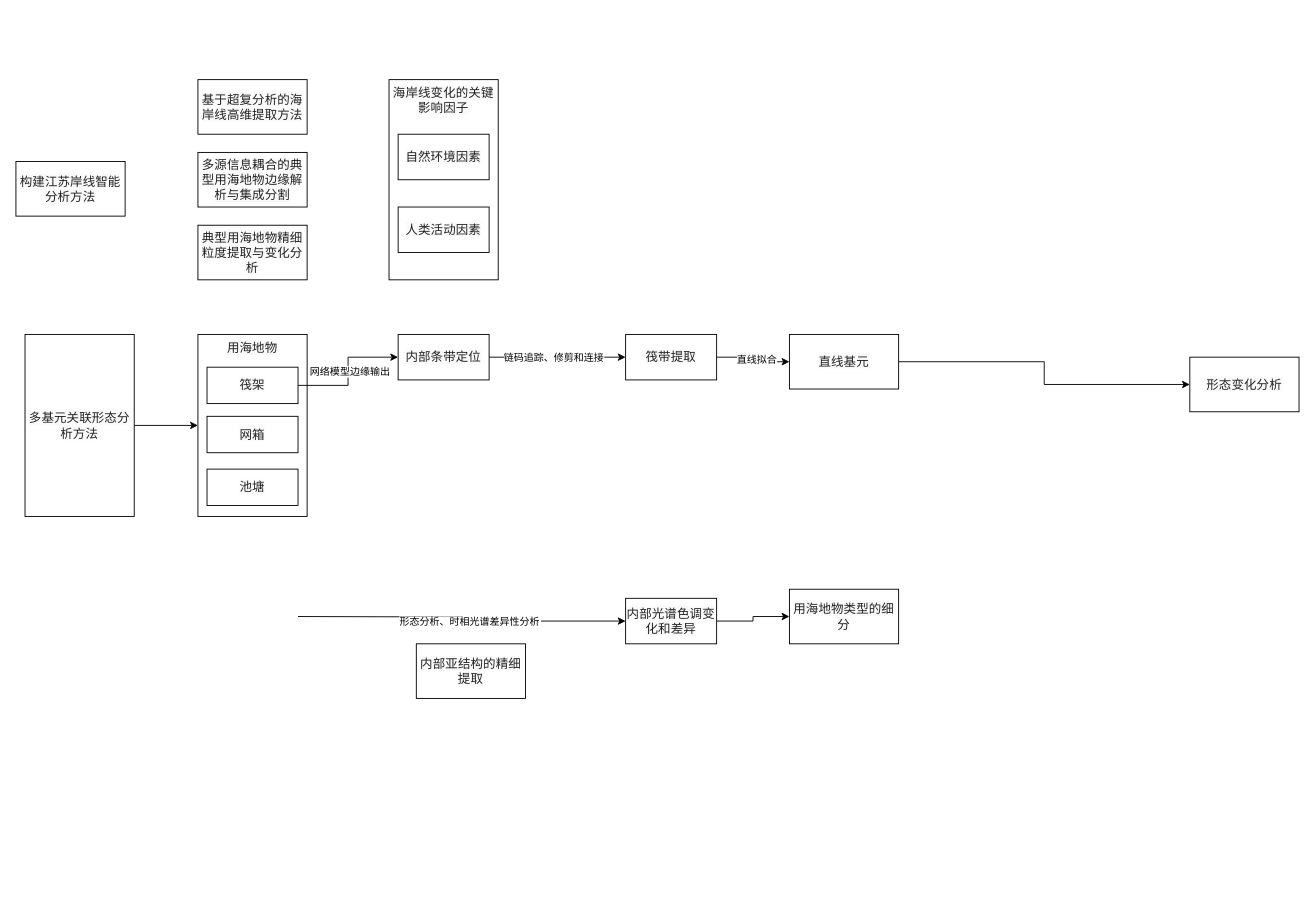
The draw.io diagram 超复分析Word.drawio in ZNIZN/mytestblog, before the edit. Source tidied: cells renumbered, new cells numbered last; positions are measured from the earlier drawing's top-left corner, leaving out a move shared by most shapes. Both pictures are drawn from the tidied source at 91%, with x=0, y=0 at pixel (15, 79).
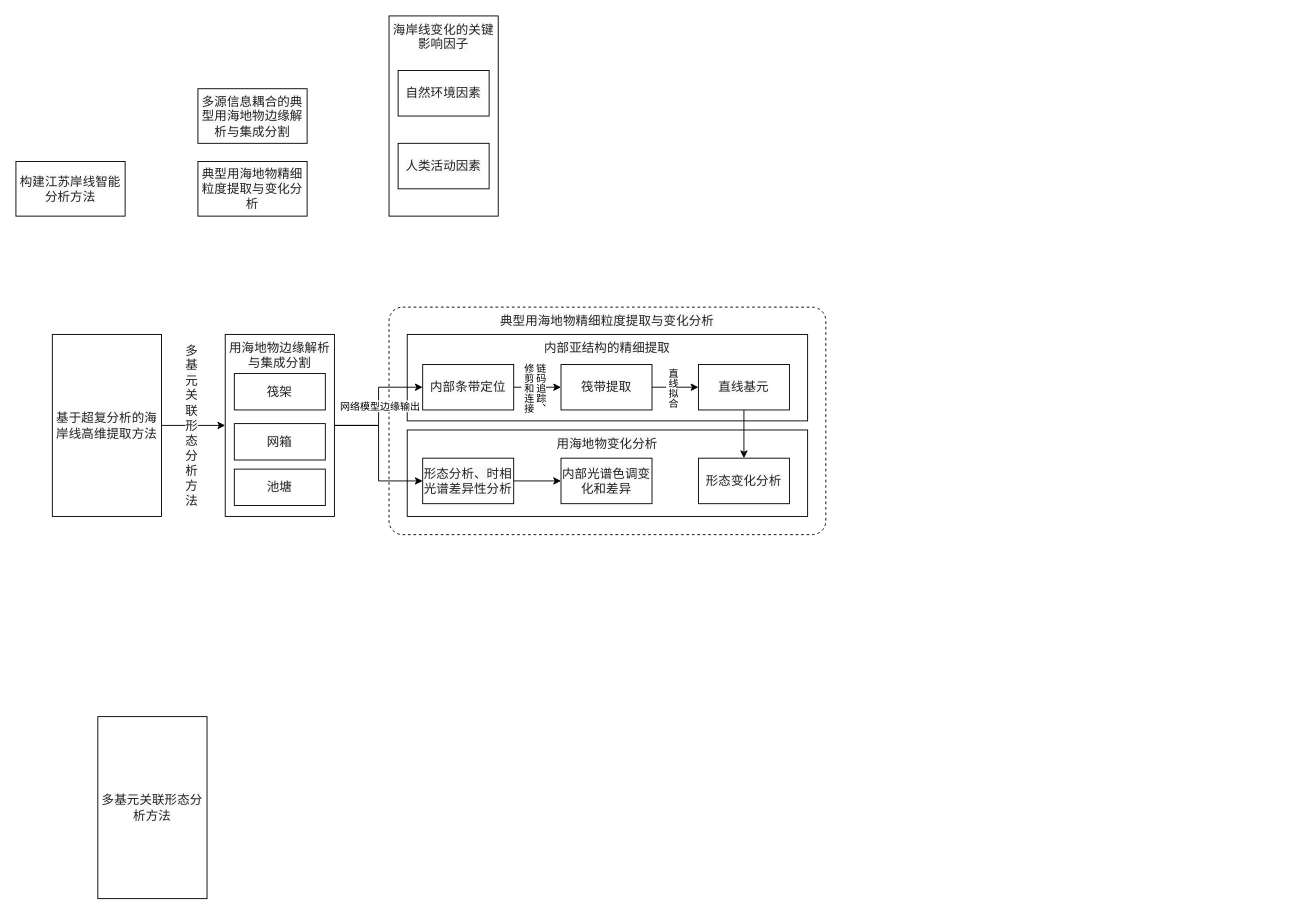
After the change.

Commit message (it also covers changes not shown here):
更新超复分析Word.drawio

Unchanged cells that the change refers to:
```xml
<mxCell id="20" style="edgeStyle=orthogonalEdgeStyle;rounded=0;jettySize=auto;html=1;exitX=1;exitY=0.5;exitDx=0;exitDy=0;entryX=0;entryY=0.5;entryDx=0;entryDy=0;" parent="1" edge="1" source="22" target="25">
  <mxGeometry relative="1" as="geometry" />
</mxCell>
```

Change to the diagram source:
```diff
@@
+    <mxCell id="32" value="&lt;span style=&quot;color: rgba(0, 0, 0, 0.87); font-family: Roboto, Helvetica, Arial, sans-serif; font-size: 13.7143px; letter-spacing: 0.12864px; text-align: start; background-color: rgb(250, 250, 250);&quot;&gt;典型用海地物精细粒度提取与变化分析&lt;/span&gt;" style="rounded=1;whiteSpace=wrap;html=1;dashed=1;verticalAlign=top;spacing=2;arcSize=6;" parent="1" vertex="1">
+      <mxGeometry x="410" y="250" width="480" height="250" as="geometry" />
+    </mxCell>
+    <mxCell id="33" value="&lt;span style=&quot;color: rgba(0, 0, 0, 0.87); font-family: Roboto, Helvetica, Arial, sans-serif; font-size: 13.7143px; letter-spacing: 0.12864px; text-align: start; background-color: rgb(250, 250, 250);&quot;&gt;用海地物变化分析&lt;/span&gt;" style="rounded=0;whiteSpace=wrap;html=1;verticalAlign=top;" parent="1" vertex="1">
+      <mxGeometry x="430" y="385" width="440" height="95" as="geometry" />
+    </mxCell>
+    <mxCell id="34" style="edgeStyle=orthogonalEdgeStyle;rounded=0;jettySize=auto;html=1;entryX=0;entryY=0.5;entryDx=0;entryDy=0;" parent="1" edge="1" source="2" target="11">
+      <mxGeometry relative="1" as="geometry" />
+    </mxCell>
+    <mxCell id="35" value="&lt;span style=&quot;color: rgba(0, 0, 0, 0.87); font-family: Roboto, Helvetica, Arial, sans-serif; font-size: 13.7143px; letter-spacing: 0.12864px; text-align: start; text-wrap: wrap; background-color: rgb(250, 250, 250);&quot;&gt;多基元关联形态分析方法&lt;/span&gt;" style="edgeLabel;html=1;align=center;verticalAlign=middle;" parent="34" vertex="1">
+      <mxGeometry x="-0.3" y="1" relative="1" as="geometry">
+        <mxPoint x="7" as="offset" />
+      </mxGeometry>
+    </mxCell>
     <mxCell id="2" value="&lt;span style=&quot;color: rgba(0, 0, 0, 0.87); font-family: Roboto, Helvetica, Arial, sans-serif; font-size: 13.7143px; letter-spacing: 0.12864px; text-align: start; background-color: rgb(250, 250, 250);&quot;&gt;基于超复分析的海岸线高维提取方法&lt;/span&gt;" style="rounded=0;whiteSpace=wrap;html=1;" parent="1" vertex="1">
-      <mxGeometry x="200" width="120" height="60" as="geometry" />
+      <mxGeometry x="40" y="280" width="120" height="200" as="geometry" />
     </mxCell>
@@
     <mxCell id="4" value="&lt;span style=&quot;color: rgba(0, 0, 0, 0.87); font-family: Roboto, Helvetica, Arial, sans-serif; font-size: 13.7143px; letter-spacing: 0.12864px; text-align: start; background-color: rgb(250, 250, 250);&quot;&gt;多源信息耦合的典型用海地物边缘解析与集成分割&lt;/span&gt;" style="rounded=0;whiteSpace=wrap;html=1;" parent="1" vertex="1">
-      <mxGeometry x="200" y="80" width="120" height="60" as="geometry" />
+      <mxGeometry x="200" y="10" width="120" height="60" as="geometry" />
     </mxCell>
     <mxCell id="5" value="&lt;span style=&quot;color: rgba(0, 0, 0, 0.87); font-family: Roboto, Helvetica, Arial, sans-serif; font-size: 13.7143px; letter-spacing: 0.12864px; text-align: start; background-color: rgb(250, 250, 250);&quot;&gt;典型用海地物精细粒度提取与变化分析&lt;/span&gt;" style="rounded=0;whiteSpace=wrap;html=1;" parent="1" vertex="1">
-      <mxGeometry x="200" y="160" width="120" height="60" as="geometry" />
+      <mxGeometry x="200" y="90" width="120" height="60" as="geometry" />
     </mxCell>
     <mxCell id="6" value="&lt;span style=&quot;color: rgba(0, 0, 0, 0.87); font-family: Roboto, Helvetica, Arial, sans-serif; font-size: 13.7143px; letter-spacing: 0.12864px; text-align: start; background-color: rgb(250, 250, 250);&quot;&gt;海岸线变化的关键影响因子&lt;/span&gt;" style="rounded=0;whiteSpace=wrap;html=1;verticalAlign=top;" parent="1" vertex="1">
-      <mxGeometry x="410" width="120" height="220" as="geometry" />
+      <mxGeometry x="410" y="-70" width="120" height="220" as="geometry" />
     </mxCell>
     <mxCell id="7" value="&lt;span style=&quot;color: rgba(0, 0, 0, 0.87); font-family: Roboto, Helvetica, Arial, sans-serif; font-size: 13.7143px; letter-spacing: 0.12864px; text-align: start; background-color: rgb(250, 250, 250);&quot;&gt;自然环境因素&lt;/span&gt;" style="rounded=0;whiteSpace=wrap;html=1;" parent="1" vertex="1">
-      <mxGeometry x="420" y="60" width="100" height="50" as="geometry" />
+      <mxGeometry x="420" y="-10" width="100" height="50" as="geometry" />
     </mxCell>
     <mxCell id="8" value="&lt;span style=&quot;color: rgba(0, 0, 0, 0.87); font-family: Roboto, Helvetica, Arial, sans-serif; font-size: 13.7143px; letter-spacing: 0.12864px; text-align: start; background-color: rgb(250, 250, 250);&quot;&gt;人类活动因素&lt;/span&gt;" style="rounded=0;whiteSpace=wrap;html=1;" parent="1" vertex="1">
-      <mxGeometry x="420" y="140" width="100" height="50" as="geometry" />
+      <mxGeometry x="420" y="70" width="100" height="50" as="geometry" />
     </mxCell>
-    <mxCell id="9" style="edgeStyle=orthogonalEdgeStyle;rounded=0;jettySize=auto;html=1;entryX=0;entryY=0.5;entryDx=0;entryDy=0;" parent="1" edge="1" source="10" target="11">
-      <mxGeometry relative="1" as="geometry" />
-    </mxCell>
     <mxCell id="10" value="&lt;span style=&quot;color: rgba(0, 0, 0, 0.87); font-family: Roboto, Helvetica, Arial, sans-serif; font-size: 13.7143px; letter-spacing: 0.12864px; text-align: start; background-color: rgb(250, 250, 250);&quot;&gt;多基元关联形态分析方法&lt;/span&gt;" style="rounded=0;whiteSpace=wrap;html=1;" parent="1" vertex="1">
-      <mxGeometry x="10" y="280" width="120" height="200" as="geometry" />
+      <mxGeometry x="90" y="700" width="120" height="200" as="geometry" />
     </mxCell>
+    <mxCell id="36" style="edgeStyle=orthogonalEdgeStyle;rounded=0;jettySize=auto;html=1;exitX=1;exitY=0.5;exitDx=0;exitDy=0;entryX=0;entryY=0.5;entryDx=0;entryDy=0;" parent="1" edge="1" source="11" target="15">
+      <mxGeometry relative="1" as="geometry" />
+    </mxCell>
-    <mxCell id="11" value="&lt;span style=&quot;color: rgba(0, 0, 0, 0.87); font-family: Roboto, Helvetica, Arial, sans-serif; font-size: 13.7143px; letter-spacing: 0.12864px; text-align: start; background-color: rgb(250, 250, 250);&quot;&gt;用海地物&lt;/span&gt;" style="rounded=0;whiteSpace=wrap;html=1;verticalAlign=top;" parent="1" vertex="1">
-      <mxGeometry x="200" y="280" width="120" height="200" as="geometry" />
+    <mxCell id="11" value="&lt;span style=&quot;color: rgba(0, 0, 0, 0.87); font-family: Roboto, Helvetica, Arial, sans-serif; font-size: 13.7143px; letter-spacing: 0.12864px; text-align: start; background-color: rgb(250, 250, 250);&quot;&gt;用海地物边缘解析与集成分割&lt;/span&gt;" style="rounded=0;whiteSpace=wrap;html=1;verticalAlign=top;" parent="1" vertex="1">
+      <mxGeometry x="230" y="280" width="120" height="200" as="geometry" />
     </mxCell>
     <mxCell id="12" value="&lt;span style=&quot;color: rgba(0, 0, 0, 0.87); font-family: Roboto, Helvetica, Arial, sans-serif; font-size: 13.7143px; letter-spacing: 0.12864px; text-align: start; background-color: rgb(250, 250, 250);&quot;&gt;筏架&lt;/span&gt;" style="rounded=0;whiteSpace=wrap;html=1;flipV=1;" parent="1" vertex="1">
-      <mxGeometry x="210" y="316" width="100" height="40" as="geometry" />
+      <mxGeometry x="240" y="323" width="100" height="40" as="geometry" />
     </mxCell>
     <mxCell id="13" value="&lt;span style=&quot;color: rgba(0, 0, 0, 0.87); font-family: Roboto, Helvetica, Arial, sans-serif; font-size: 13.7143px; letter-spacing: 0.12864px; text-align: start; background-color: rgb(250, 250, 250);&quot;&gt;网箱&lt;/span&gt;" style="rounded=0;whiteSpace=wrap;html=1;flipV=1;" parent="1" vertex="1">
-      <mxGeometry x="210" y="370" width="100" height="40" as="geometry" />
+      <mxGeometry x="240" y="378" width="100" height="40" as="geometry" />
     </mxCell>
-    <mxCell id="14" style="edgeStyle=orthogonalEdgeStyle;rounded=0;jettySize=auto;html=1;entryX=0;entryY=0.5;entryDx=0;entryDy=0;" parent="1" edge="1" target="31">
-      <mxGeometry relative="1" as="geometry">
-        <mxPoint x="310" y="590" as="sourcePoint" />
-      </mxGeometry>
-    </mxCell>
-    <mxCell id="15" value="形态分析、时相光谱差异性分析" style="edgeLabel;align=center;verticalAlign=middle;points=[];" parent="14" vertex="1">
-      <mxGeometry x="0.17" relative="1" as="geometry">
-        <mxPoint x="-20" as="offset" />
-      </mxGeometry>
-    </mxCell>
     <mxCell id="16" value="&lt;span style=&quot;color: rgba(0, 0, 0, 0.87); font-family: Roboto, Helvetica, Arial, sans-serif; font-size: 13.7143px; letter-spacing: 0.12864px; text-align: start; background-color: rgb(250, 250, 250);&quot;&gt;池塘&lt;/span&gt;" style="rounded=0;whiteSpace=wrap;html=1;flipV=1;" parent="1" vertex="1">
-      <mxGeometry x="210" y="428" width="100" height="40" as="geometry" />
+      <mxGeometry x="240" y="428" width="100" height="40" as="geometry" />
     </mxCell>
-    <mxCell id="17" value="&lt;span style=&quot;color: rgba(0, 0, 0, 0.87); font-family: Roboto, Helvetica, Arial, sans-serif; font-size: 13.7143px; letter-spacing: 0.12864px; text-align: start; background-color: rgb(250, 250, 250);&quot;&gt;内部亚结构的精细提取&lt;/span&gt;" style="rounded=0;whiteSpace=wrap;html=1;" parent="1" vertex="1">
-      <mxGeometry x="440" y="620" width="120" height="60" as="geometry" />
+    <mxCell id="17" value="&lt;span style=&quot;color: rgba(0, 0, 0, 0.87); font-family: Roboto, Helvetica, Arial, sans-serif; font-size: 13.7143px; letter-spacing: 0.12864px; text-align: start; background-color: rgb(250, 250, 250);&quot;&gt;内部亚结构的精细提取&lt;/span&gt;" style="rounded=0;whiteSpace=wrap;html=1;verticalAlign=top;" parent="1" vertex="1">
+      <mxGeometry x="430" y="280" width="440" height="95" as="geometry" />
     </mxCell>
-    <mxCell id="18" style="edgeStyle=orthogonalEdgeStyle;rounded=0;jettySize=auto;html=1;exitX=1;exitY=0.5;exitDx=0;exitDy=0;" parent="1" edge="1" source="12" target="22">
+    <mxCell id="18" style="edgeStyle=orthogonalEdgeStyle;rounded=0;jettySize=auto;html=1;exitX=1;exitY=0.5;exitDx=0;exitDy=0;" parent="1" edge="1" source="11" target="22">
       <mxGeometry relative="1" as="geometry" />
     </mxCell>
@@
-    <mxCell id="21" value="链码追踪、修剪和连接" style="edgeLabel;html=1;align=center;verticalAlign=middle;" parent="20" vertex="1">
+    <mxCell id="21" value="链码追踪、&lt;div&gt;修剪和连接&lt;/div&gt;" style="edgeLabel;html=1;align=center;verticalAlign=middle;textDirection=vertical-rl;" parent="20" vertex="1">
       <mxGeometry x="-0.23" y="-2" relative="1" as="geometry">
-        <mxPoint x="12" y="-2" as="offset" />
+        <mxPoint x="1" y="-2" as="offset" />
       </mxGeometry>
     </mxCell>
-    <mxCell id="22" value="&lt;span style=&quot;color: rgba(0, 0, 0, 0.87); font-family: Roboto, Helvetica, Arial, sans-serif; font-size: 13.7143px; letter-spacing: 0.12864px; text-align: start; background-color: rgb(250, 250, 250);&quot;&gt;内部条带定位&lt;/span&gt;" style="rounded=0;whiteSpace=wrap;html=1;" parent="1" vertex="1">
-      <mxGeometry x="420" y="280" width="100" height="50" as="geometry" />
+    <mxCell id="22" value="&lt;span style=&quot;color: rgba(0, 0, 0, 0.87); font-family: Roboto, Helvetica, Arial, sans-serif; font-size: 13.7143px; letter-spacing: 0.12864px; text-align: start; background-color: rgb(250, 250, 250);&quot;&gt;内部条带定位&lt;/span&gt;" style="rounded=0;whiteSpace=wrap;html=1;flipH=0;" parent="1" vertex="1">
+      <mxGeometry x="447" y="313" width="100" height="50" as="geometry" />
     </mxCell>
-    <mxCell id="23" style="edgeStyle=orthogonalEdgeStyle;rounded=0;jettySize=auto;html=1;" parent="1" edge="1" source="25" target="27">
+    <mxCell id="23" style="edgeStyle=orthogonalEdgeStyle;rounded=0;jettySize=auto;html=1;exitX=1;exitY=0.5;exitDx=0;exitDy=0;" parent="1" edge="1" source="25" target="27">
       <mxGeometry relative="1" as="geometry" />
     </mxCell>
-    <mxCell id="24" value="直线拟合" style="edgeLabel;html=1;align=center;verticalAlign=middle;" parent="23" vertex="1">
-      <mxGeometry x="-0.02" y="3" relative="1" as="geometry" />
+    <mxCell id="24" value="直线拟合" style="edgeLabel;html=1;align=center;verticalAlign=middle;labelPosition=center;verticalLabelPosition=middle;textDirection=vertical-lr;" parent="23" vertex="1">
+      <mxGeometry x="-0.02" y="3" relative="1" as="geometry">
+        <mxPoint x="-4" y="3" as="offset" />
+      </mxGeometry>
     </mxCell>
-    <mxCell id="25" value="&lt;span style=&quot;color: rgba(0, 0, 0, 0.87); font-family: Roboto, Helvetica, Arial, sans-serif; font-size: 13.7143px; letter-spacing: 0.12864px; text-align: start; background-color: rgb(250, 250, 250);&quot;&gt;筏带提取&lt;/span&gt;" style="rounded=0;whiteSpace=wrap;html=1;" parent="1" vertex="1">
-      <mxGeometry x="670" y="280" width="100" height="50" as="geometry" />
+    <mxCell id="25" value="&lt;span style=&quot;color: rgba(0, 0, 0, 0.87); font-family: Roboto, Helvetica, Arial, sans-serif; font-size: 13.7143px; letter-spacing: 0.12864px; text-align: start; background-color: rgb(250, 250, 250);&quot;&gt;筏带提取&lt;/span&gt;" style="rounded=0;whiteSpace=wrap;html=1;flipH=0;" parent="1" vertex="1">
+      <mxGeometry x="599" y="313" width="100" height="50" as="geometry" />
     </mxCell>
-    <mxCell id="26" style="edgeStyle=orthogonalEdgeStyle;rounded=0;jettySize=auto;html=1;" parent="1" edge="1" source="27" target="28">
+    <mxCell id="26" style="edgeStyle=orthogonalEdgeStyle;rounded=0;jettySize=auto;html=1;exitX=0.5;exitY=1;exitDx=0;exitDy=0;" parent="1" edge="1" source="27" target="28">
       <mxGeometry relative="1" as="geometry" />
     </mxCell>
-    <mxCell id="27" value="&lt;span style=&quot;color: rgba(0, 0, 0, 0.87); font-family: Roboto, Helvetica, Arial, sans-serif; font-size: 13.7143px; letter-spacing: 0.12864px; text-align: start; background-color: rgb(250, 250, 250);&quot;&gt;直线基元&lt;/span&gt;" style="whiteSpace=wrap;html=1;rounded=0;" parent="1" vertex="1">
-      <mxGeometry x="850" y="280" width="120" height="60" as="geometry" />
+    <mxCell id="27" value="&lt;span style=&quot;color: rgba(0, 0, 0, 0.87); font-family: Roboto, Helvetica, Arial, sans-serif; font-size: 13.7143px; letter-spacing: 0.12864px; text-align: start; background-color: rgb(250, 250, 250);&quot;&gt;直线基元&lt;/span&gt;" style="whiteSpace=wrap;html=1;rounded=0;flipH=0;" parent="1" vertex="1">
+      <mxGeometry x="750" y="313" width="100" height="50" as="geometry" />
     </mxCell>
-    <mxCell id="28" value="&lt;span style=&quot;color: rgba(0, 0, 0, 0.87); font-family: Roboto, Helvetica, Arial, sans-serif; font-size: 13.7143px; letter-spacing: 0.12864px; text-align: start; background-color: rgb(250, 250, 250);&quot;&gt;形态变化分析&lt;/span&gt;" style="whiteSpace=wrap;html=1;rounded=0;" parent="1" vertex="1">
-      <mxGeometry x="1290" y="305" width="120" height="60" as="geometry" />
+    <mxCell id="28" value="&lt;span style=&quot;color: rgba(0, 0, 0, 0.87); font-family: Roboto, Helvetica, Arial, sans-serif; font-size: 13.7143px; letter-spacing: 0.12864px; text-align: start; background-color: rgb(250, 250, 250);&quot;&gt;形态变化分析&lt;/span&gt;" style="whiteSpace=wrap;html=1;rounded=0;flipH=0;" parent="1" vertex="1">
+      <mxGeometry x="750" y="416" width="100" height="50" as="geometry" />
     </mxCell>
-    <mxCell id="29" value="&lt;span style=&quot;color: rgba(0, 0, 0, 0.87); font-family: Roboto, Helvetica, Arial, sans-serif; font-size: 13.7143px; letter-spacing: 0.12864px; text-align: start; background-color: rgb(250, 250, 250);&quot;&gt;用海地物类型的细分&lt;/span&gt;" style="rounded=0;whiteSpace=wrap;html=1;" parent="1" vertex="1">
-      <mxGeometry x="850" y="560" width="120" height="60" as="geometry" />
-    </mxCell>
-    <mxCell id="30" style="edgeStyle=orthogonalEdgeStyle;rounded=0;jettySize=auto;html=1;exitX=1;exitY=0.5;exitDx=0;exitDy=0;entryX=0;entryY=0.5;entryDx=0;entryDy=0;" parent="1" edge="1" source="31" target="29">
-      <mxGeometry relative="1" as="geometry" />
-    </mxCell>
+    <mxCell id="37" style="edgeStyle=orthogonalEdgeStyle;rounded=0;jettySize=auto;html=1;exitX=1;exitY=0.5;exitDx=0;exitDy=0;entryX=0;entryY=0.5;entryDx=0;entryDy=0;" parent="1" edge="1" source="15" target="31">
+      <mxGeometry relative="1" as="geometry" />
+    </mxCell>
+    <mxCell id="15" value="&lt;span style=&quot;color: rgba(0, 0, 0, 0.87); font-family: Roboto, Helvetica, Arial, sans-serif; font-size: 13.7143px; letter-spacing: 0.12864px; text-align: start; background-color: rgb(250, 250, 250);&quot;&gt;形态分析、时相光谱差异性分析&lt;/span&gt;" style="rounded=0;whiteSpace=wrap;html=1;flipH=0;" parent="1" vertex="1">
+      <mxGeometry x="447" y="416" width="100" height="50" as="geometry" />
+    </mxCell>
-    <mxCell id="31" value="&lt;span style=&quot;color: rgba(0, 0, 0, 0.87); font-family: Roboto, Helvetica, Arial, sans-serif; font-size: 13.7143px; letter-spacing: 0.12864px; text-align: start; background-color: rgb(250, 250, 250);&quot;&gt;内部光谱色调变化和差异&lt;/span&gt;" style="rounded=0;whiteSpace=wrap;html=1;" parent="1" vertex="1">
-      <mxGeometry x="670" y="570" width="100" height="50" as="geometry" />
+    <mxCell id="31" value="&lt;span style=&quot;color: rgba(0, 0, 0, 0.87); font-family: Roboto, Helvetica, Arial, sans-serif; font-size: 13.7143px; letter-spacing: 0.12864px; text-align: start; background-color: rgb(250, 250, 250);&quot;&gt;内部光谱色调变化和差异&lt;/span&gt;" style="rounded=0;whiteSpace=wrap;html=1;flipH=0;" parent="1" vertex="1">
+      <mxGeometry x="599" y="416" width="100" height="50" as="geometry" />
     </mxCell>
```
